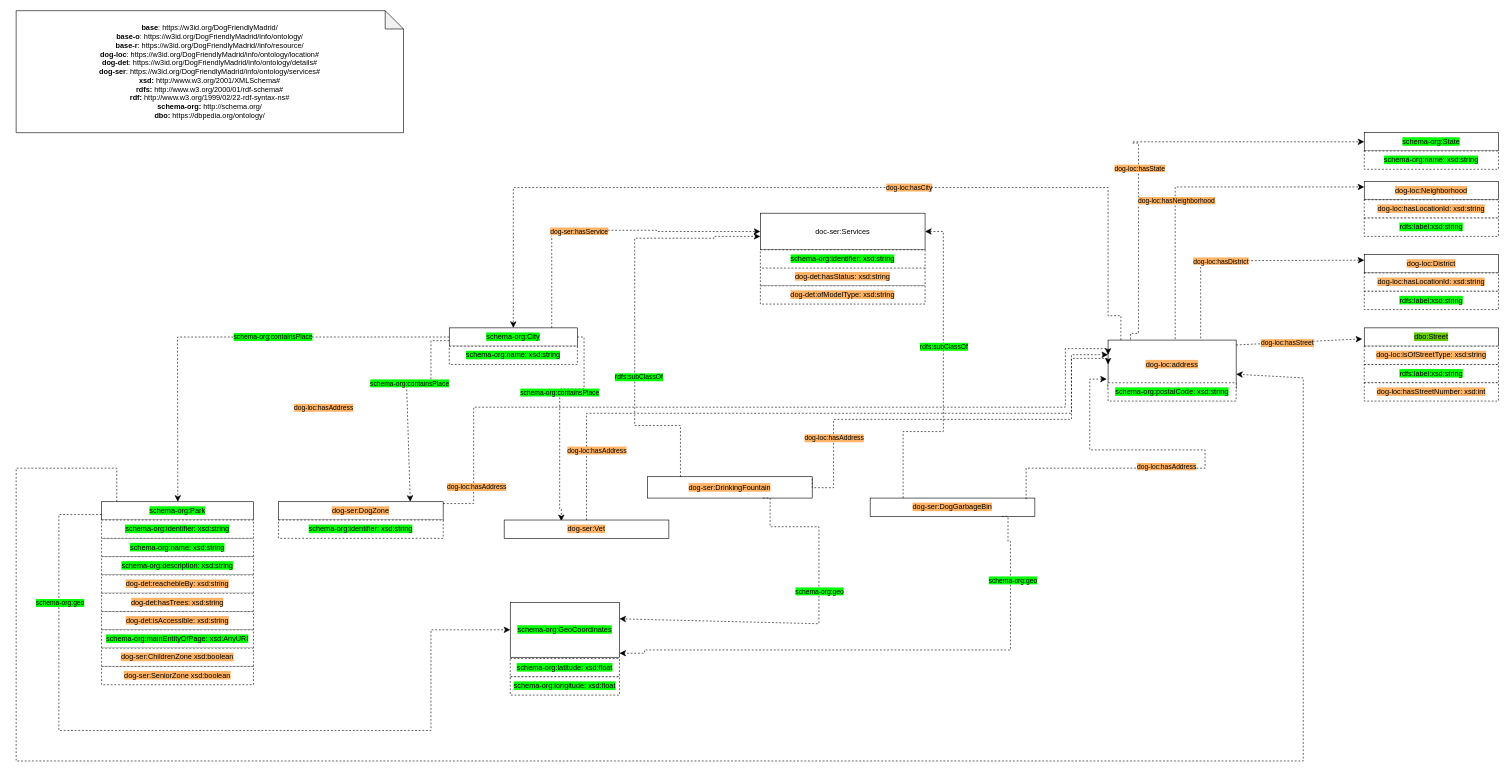
Before: HandsOn/Group03/ontology/dogfriendlyMadrid.drawio in miguelangel-suarez/Curso2023-2024-DataScience, a draw.io diagram. Source tidied: cells renumbered, new cells numbered last; positions are measured from the earlier drawing's top-left corner, leaving out a move shared by most shapes. Both pictures are drawn from the tidied source at 61%, with x=0, y=0 at pixel (16, 10).
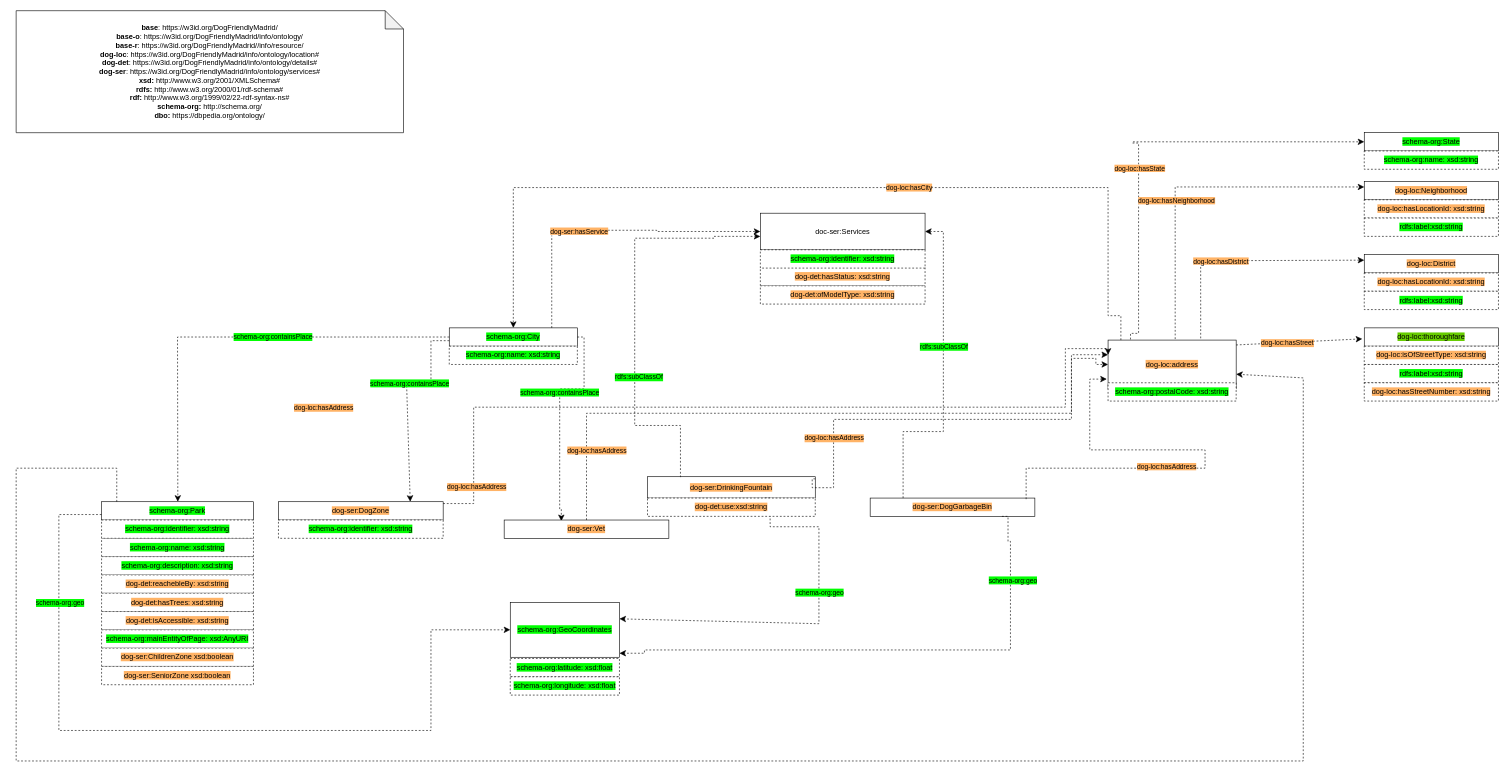
The same diagram, later.

The change refers to these unchanged cells:
```xml
<mxCell id="14" value="&lt;span style=&quot;background-color: rgb(255, 179, 102);&quot;&gt;dog-loc:address&lt;/span&gt;" style="rounded=0;whiteSpace=wrap;html=1;snapToPoint=1;points=[[0.1,0],[0.2,0],[0.3,0],[0.4,0],[0.5,0],[0.6,0],[0.7,0],[0.8,0],[0.9,0],[0,0.1],[0,0.3],[0,0.5],[0,0.7],[0,0.9],[0.1,1],[0.2,1],[0.3,1],[0.4,1],[0.5,1],[0.6,1],[0.7,1],[0.8,1],[0.9,1],[1,0.1],[1,0.3],[1,0.5],[1,0.7],[1,0.9]];" parent="1" vertex="1">
  <mxGeometry x="1790" y="540" width="210" height="80" as="geometry" />
</mxCell>
<mxCell id="43" style="group;" parent="1" vertex="1">
  <mxGeometry x="2210" y="520" width="220" height="120" as="geometry" />
</mxCell>
```

Change to the diagram source:
```diff
@@
-    <mxCell id="44" value="&lt;span style=&quot;background-color: rgb(102, 204, 0);&quot;&gt;dbo:Street&lt;/span&gt;" style="rounded=0;whiteSpace=wrap;html=1;snapToPoint=1;points=[[0.1,0],[0.2,0],[0.3,0],[0.4,0],[0.5,0],[0.6,0],[0.7,0],[0.8,0],[0.9,0],[0,0.1],[0,0.3],[0,0.5],[0,0.7],[0,0.9],[0.1,1],[0.2,1],[0.3,1],[0.4,1],[0.5,1],[0.6,1],[0.7,1],[0.8,1],[0.9,1],[1,0.1],[1,0.3],[1,0.5],[1,0.7],[1,0.9]];" parent="43" vertex="1">
+    <mxCell id="44" value="&lt;span style=&quot;background-color: rgb(102, 204, 0);&quot;&gt;dog-loc:thoroughfare&lt;/span&gt;" style="rounded=0;whiteSpace=wrap;html=1;snapToPoint=1;points=[[0.1,0],[0.2,0],[0.3,0],[0.4,0],[0.5,0],[0.6,0],[0.7,0],[0.8,0],[0.9,0],[0,0.1],[0,0.3],[0,0.5],[0,0.7],[0,0.9],[0.1,1],[0.2,1],[0.3,1],[0.4,1],[0.5,1],[0.6,1],[0.7,1],[0.8,1],[0.9,1],[1,0.1],[1,0.3],[1,0.5],[1,0.7],[1,0.9]];" parent="43" vertex="1">
       <mxGeometry width="220" height="30" as="geometry" />
     </mxCell>
@@
-    <mxCell id="47" value="&lt;span style=&quot;background-color: rgb(255, 179, 102);&quot;&gt;dog-loc:hasStreetNumber: xsd:int&lt;/span&gt;" style="rounded=0;whiteSpace=wrap;html=1;dashed=1;" parent="43" vertex="1">
+    <mxCell id="47" value="&lt;span style=&quot;background-color: rgb(255, 179, 102);&quot;&gt;dog-loc:hasStreetNumber: xsd:string&lt;br&gt;&lt;/span&gt;" style="rounded=0;whiteSpace=wrap;html=1;dashed=1;" parent="43" vertex="1">
       <mxGeometry y="90" width="220" height="30" as="geometry" />
     </mxCell>
@@
     <mxCell id="62" value="&lt;span style=&quot;background-color: rgb(255, 179, 102);&quot;&gt;dog-ser:DrinkingFountain&lt;/span&gt;" style="rounded=0;whiteSpace=wrap;html=1;snapToPoint=1;points=[[0.1,0],[0.2,0],[0.3,0],[0.4,0],[0.5,0],[0.6,0],[0.7,0],[0.8,0],[0.9,0],[0,0.1],[0,0.3],[0,0.5],[0,0.7],[0,0.9],[0.1,1],[0.2,1],[0.3,1],[0.4,1],[0.5,1],[0.6,1],[0.7,1],[0.8,1],[0.9,1],[1,0.1],[1,0.3],[1,0.5],[1,0.7],[1,0.9]];" parent="1" vertex="1">
-      <mxGeometry x="1035" y="764" width="270" height="35" as="geometry" />
+      <mxGeometry x="1035" y="764" width="275" height="35" as="geometry" />
     </mxCell>
     <mxCell id="63" style="endArrow=classic;html=1;exitX=1;exitY=0.1;exitDx=0;exitDy=0;endSize=8;dashed=1;arcSize=0;rounded=0;edgeStyle=orthogonalEdgeStyle;entryX=0;entryY=0.5;entryDx=0;entryDy=0;" parent="1" edge="1" source="62" target="14">
       <mxGeometry relative="1" as="geometry">
         <Array as="points">
           <mxPoint x="1305" y="782" />
           <mxPoint x="1340" y="782" />
           <mxPoint x="1340" y="670" />
           <mxPoint x="1730" y="670" />
           <mxPoint x="1730" y="570" />
-          <mxPoint x="1790" y="570" />
+          <mxPoint x="1770" y="570" />
+          <mxPoint x="1770" y="580" />
         </Array>
       </mxGeometry>
     </mxCell>
@@
+    <mxCell id="84" value="&lt;span style=&quot;background-color: rgb(255, 179, 102);&quot;&gt;dog-det:use:xsd:string&lt;/span&gt;" style="rounded=0;whiteSpace=wrap;html=1;dashed=1;" parent="1" vertex="1">
+      <mxGeometry x="1035" y="799" width="275" height="30" as="geometry" />
+    </mxCell>
```
